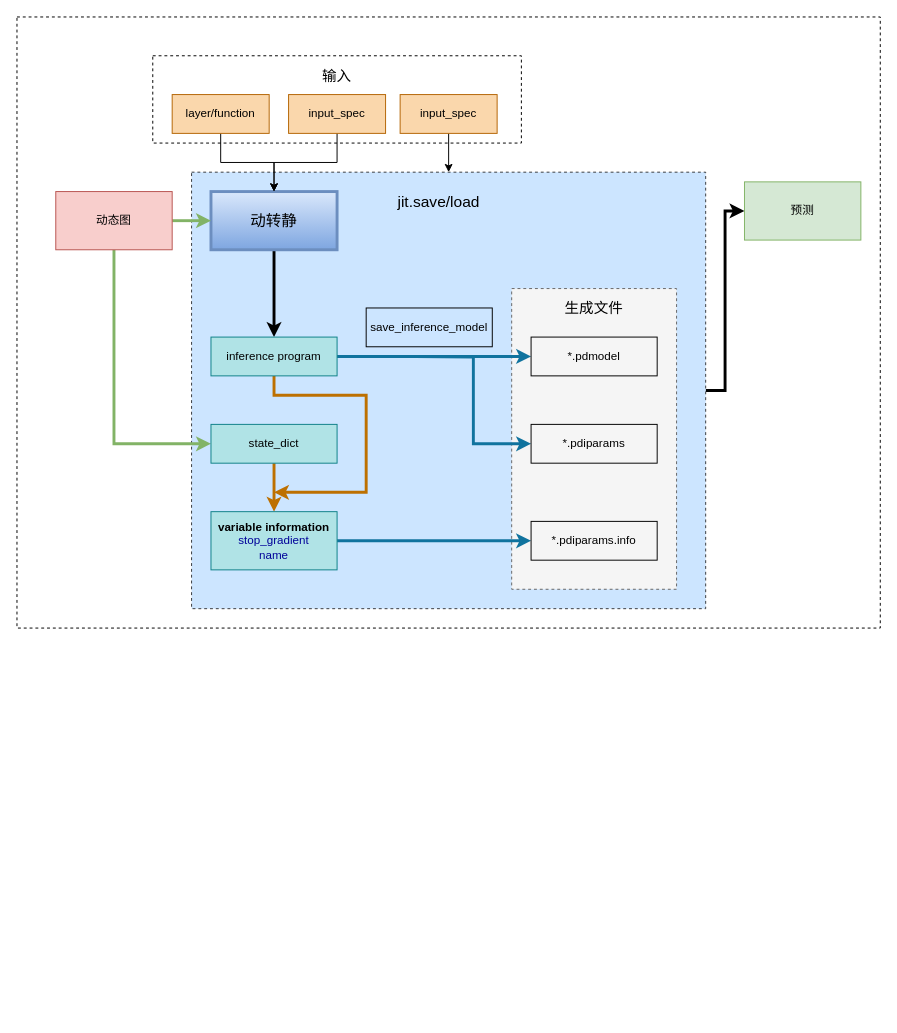
The draw.io diagram save/jit.drawio in hbwx24/draw.io, before the edit. Source tidied: cells renumbered, new cells numbered last; positions are measured from the earlier drawing's top-left corner, leaving out a move shared by most shapes. Both pictures are drawn from the tidied source at 97%, with x=0, y=0 at pixel (16, 16).
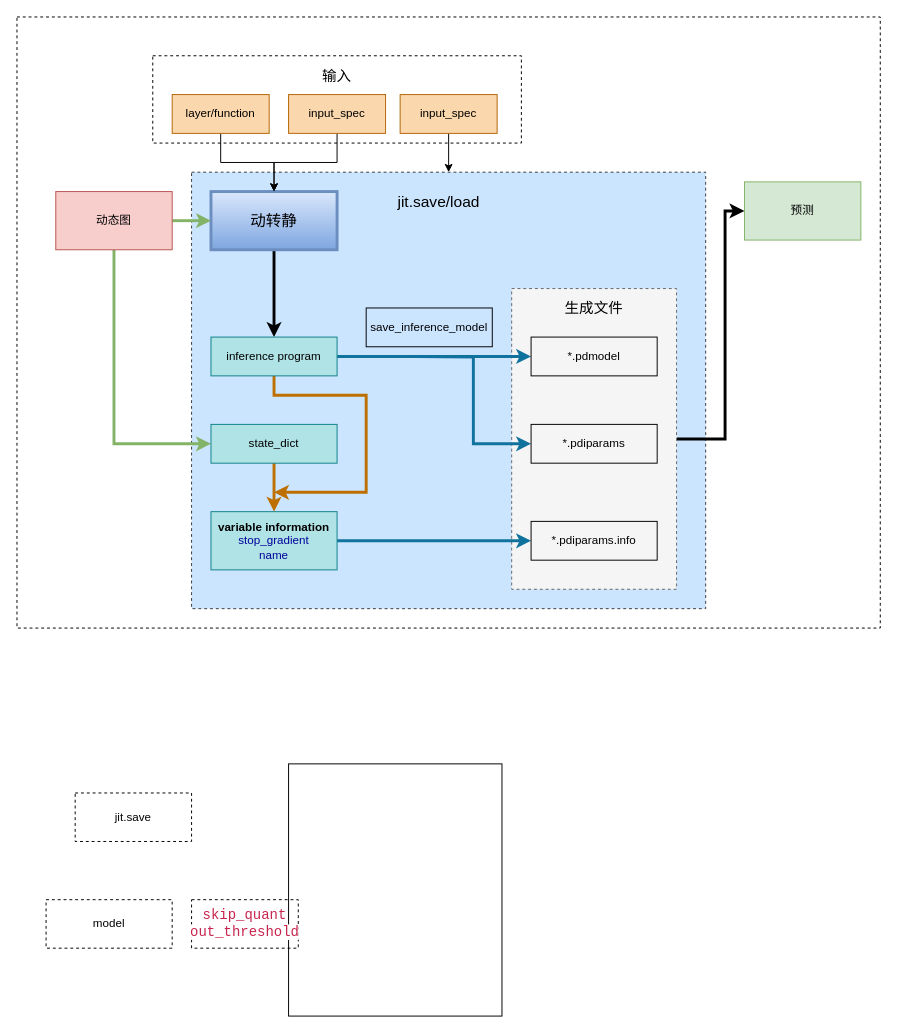
The same diagram, later.

The change refers to these unchanged cells:
```xml
<mxCell id="6" style="rounded=0;whiteSpace=wrap;html=1;strokeWidth=1;fillColor=#f5f5f5;dashed=1;strokeColor=#666666;fontColor=#333333;" parent="1" vertex="1">
  <mxGeometry x="510" y="280" width="170" height="310" as="geometry" />
</mxCell>
<mxCell id="33" value="预测" style="rounded=0;whiteSpace=wrap;html=1;fillColor=#d5e8d4;strokeColor=#82b366;" parent="1" vertex="1">
  <mxGeometry x="750" y="170" width="120" height="60" as="geometry" />
</mxCell>
```

Diff of the diagram source:
```diff
@@
+    <mxCell id="5" style="rounded=0;whiteSpace=wrap;html=1;dashed=1;strokeWidth=1;fillColor=#cce5ff;strokeColor=#36393d;" parent="1" vertex="1">
+      <mxGeometry x="180" y="160" width="530" height="450" as="geometry" />
+    </mxCell>
@@
-    <mxCell id="4" style="edgeStyle=orthogonalEdgeStyle;rounded=0;jettySize=auto;html=1;entryX=0;entryY=0.5;entryDx=0;entryDy=0;strokeWidth=3;" parent="1" edge="1" source="5" target="33">
-      <mxGeometry relative="1" as="geometry" />
+    <mxCell id="4" style="edgeStyle=orthogonalEdgeStyle;rounded=0;jettySize=auto;html=1;entryX=0;entryY=0.5;entryDx=0;entryDy=0;strokeWidth=3;" parent="1" edge="1" source="6" target="33">
+      <mxGeometry relative="1" as="geometry">
+        <Array as="points">
+          <mxPoint x="730" y="435" />
+          <mxPoint x="730" y="200" />
+        </Array>
+      </mxGeometry>
     </mxCell>
-    <mxCell id="5" style="rounded=0;whiteSpace=wrap;html=1;dashed=1;strokeWidth=1;fillColor=#cce5ff;strokeColor=#36393d;" parent="1" vertex="1">
-      <mxGeometry x="180" y="160" width="530" height="450" as="geometry" />
-    </mxCell>
@@
+    <mxCell id="34" style="rounded=0;whiteSpace=wrap;html=1;" parent="1" vertex="1">
+      <mxGeometry x="280" y="770" width="220" height="260" as="geometry" />
+    </mxCell>
+    <mxCell id="35" value="jit.save" style="rounded=0;whiteSpace=wrap;html=1;dashed=1;strokeWidth=1;fillColor=none;" parent="1" vertex="1">
+      <mxGeometry x="60" y="800" width="120" height="50" as="geometry" />
+    </mxCell>
+    <mxCell id="36" value="model" style="rounded=0;whiteSpace=wrap;html=1;dashed=1;strokeWidth=1;fillColor=none;" parent="1" vertex="1">
+      <mxGeometry x="30" y="910" width="130" height="50" as="geometry" />
+    </mxCell>
+    <mxCell id="37" value="&lt;span style=&quot;color: rgb(199 , 37 , 78) ; font-family: &amp;#34;source code pro&amp;#34; , monospace ; font-size: 14.4px ; text-align: left ; background-color: rgb(254 , 254 , 254)&quot;&gt;skip_quant&lt;br&gt;&lt;/span&gt;&lt;span style=&quot;color: rgb(199 , 37 , 78) ; font-family: &amp;#34;source code pro&amp;#34; , monospace ; font-size: 14.4px ; text-align: left ; background-color: rgb(254 , 254 , 254)&quot;&gt;out_threshold&lt;/span&gt;&lt;span style=&quot;color: rgb(199 , 37 , 78) ; font-family: &amp;#34;source code pro&amp;#34; , monospace ; font-size: 14.4px ; text-align: left ; background-color: rgb(254 , 254 , 254)&quot;&gt;&lt;br&gt;&lt;/span&gt;" style="rounded=0;whiteSpace=wrap;html=1;dashed=1;strokeWidth=1;fillColor=none;" parent="1" vertex="1">
+      <mxGeometry x="180" y="910" width="110" height="50" as="geometry" />
+    </mxCell>
```
